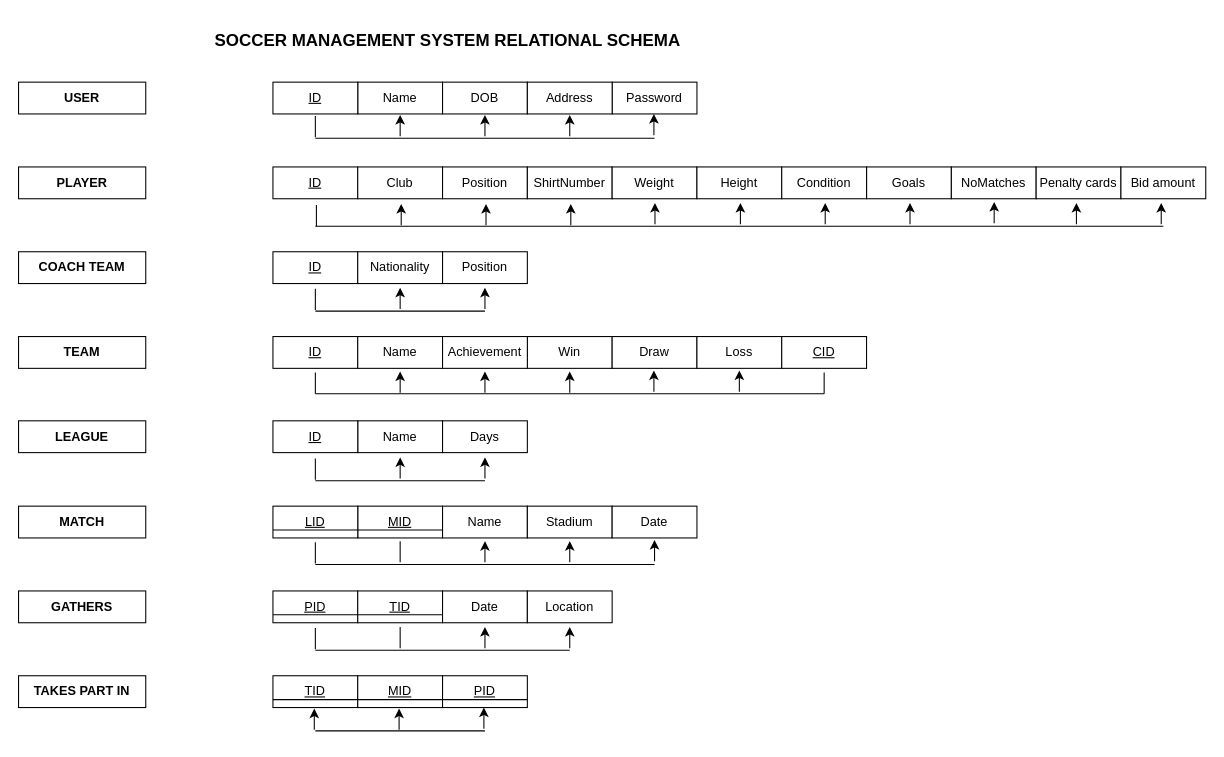
Above: Normal Form_SoccerDBMS.drawio in kieuvantuyen01/testGit (draw.io), before the change. Source tidied: cells renumbered, new cells numbered last; positions are measured from the earlier drawing's top-left corner, leaving out a move shared by most shapes. Both pictures are drawn from the tidied source at 106%, with x=0, y=0 at pixel (18, 18).
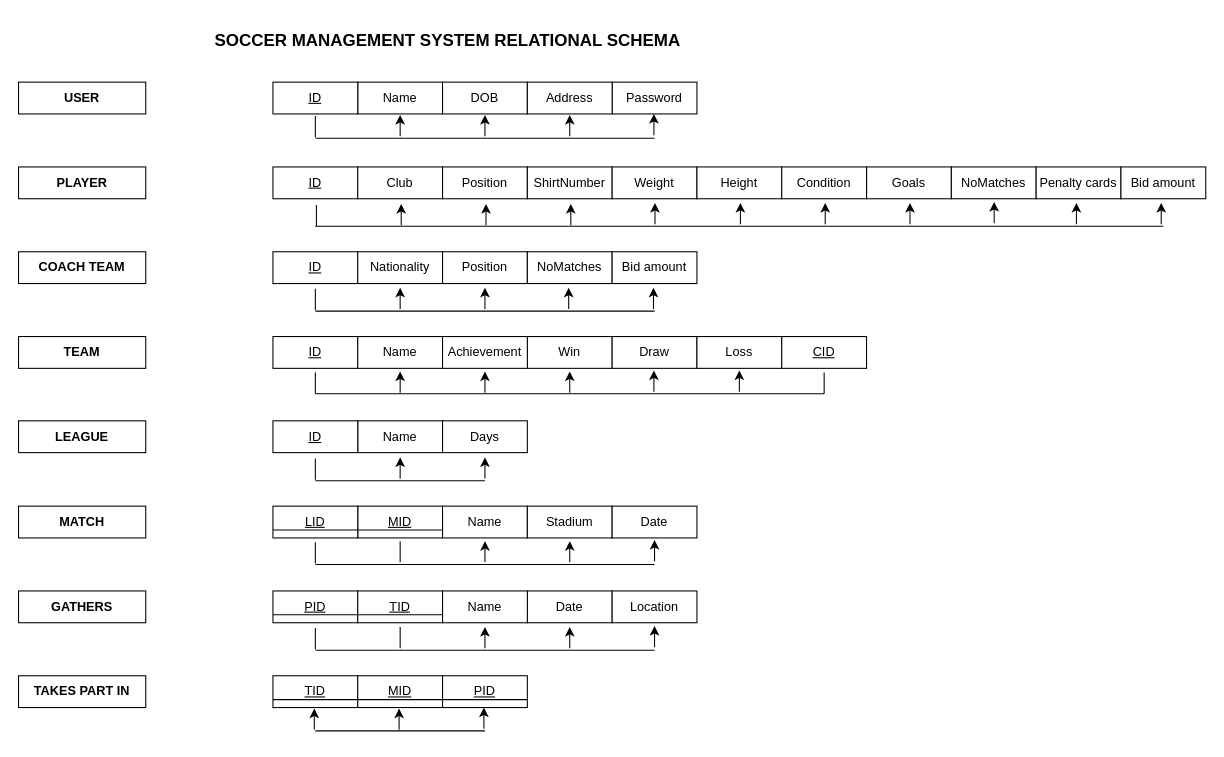
The same page after the edit.

What changed in the source:
```diff
@@
     <mxCell id="44" value="Date" style="rounded=0;whiteSpace=wrap;html=1;" parent="1" vertex="1">
-      <mxGeometry x="400" y="540" width="80" height="30" as="geometry" />
+      <mxGeometry x="480" y="540" width="80" height="30" as="geometry" />
     </mxCell>
     <mxCell id="45" value="Location" style="rounded=0;whiteSpace=wrap;html=1;" parent="1" vertex="1">
-      <mxGeometry x="480" y="540" width="80" height="30" as="geometry" />
+      <mxGeometry x="560" y="540" width="80" height="30" as="geometry" />
     </mxCell>
@@
     <mxCell id="57" style="endArrow=none;html=1;" parent="1" edge="1">
       <mxGeometry relative="1" as="geometry">
         <mxPoint x="280" y="276" as="sourcePoint" />
-        <mxPoint x="440" y="276" as="targetPoint" />
+        <mxPoint x="600" y="276" as="targetPoint" />
       </mxGeometry>
     </mxCell>
@@
     <mxCell id="61" style="endArrow=none;html=1;" parent="1" edge="1">
       <mxGeometry relative="1" as="geometry">
         <mxPoint x="280" y="596" as="sourcePoint" />
-        <mxPoint x="520" y="596" as="targetPoint" />
+        <mxPoint x="600" y="596" as="targetPoint" />
       </mxGeometry>
     </mxCell>
@@
+    <mxCell id="104" value="NoMatches" style="rounded=0;whiteSpace=wrap;html=1;" parent="1" vertex="1">
+      <mxGeometry x="480" y="220" width="80" height="30" as="geometry" />
+    </mxCell>
+    <mxCell id="105" value="Bid amount" style="rounded=0;whiteSpace=wrap;html=1;" parent="1" vertex="1">
+      <mxGeometry x="560" y="220" width="80" height="30" as="geometry" />
+    </mxCell>
+    <mxCell id="106" style="endArrow=classic;html=1;entryX=0.5;entryY=1;entryDx=0;entryDy=0;" parent="1" edge="1">
+      <mxGeometry relative="1" as="geometry">
+        <mxPoint x="519" y="274" as="sourcePoint" />
+        <mxPoint x="519" y="254" as="targetPoint" />
+      </mxGeometry>
+    </mxCell>
+    <mxCell id="107" style="endArrow=classic;html=1;entryX=0.5;entryY=1;entryDx=0;entryDy=0;" parent="1" edge="1">
+      <mxGeometry relative="1" as="geometry">
+        <mxPoint x="599" y="274" as="sourcePoint" />
+        <mxPoint x="599" y="254" as="targetPoint" />
+      </mxGeometry>
+    </mxCell>
+    <mxCell id="108" value="Name" style="rounded=0;whiteSpace=wrap;html=1;" parent="1" vertex="1">
+      <mxGeometry x="400" y="540" width="80" height="30" as="geometry" />
+    </mxCell>
+    <mxCell id="109" style="endArrow=classic;html=1;entryX=0.5;entryY=1;entryDx=0;entryDy=0;" parent="1" edge="1">
+      <mxGeometry relative="1" as="geometry">
+        <mxPoint x="600" y="593" as="sourcePoint" />
+        <mxPoint x="600" y="573" as="targetPoint" />
+      </mxGeometry>
+    </mxCell>
```
